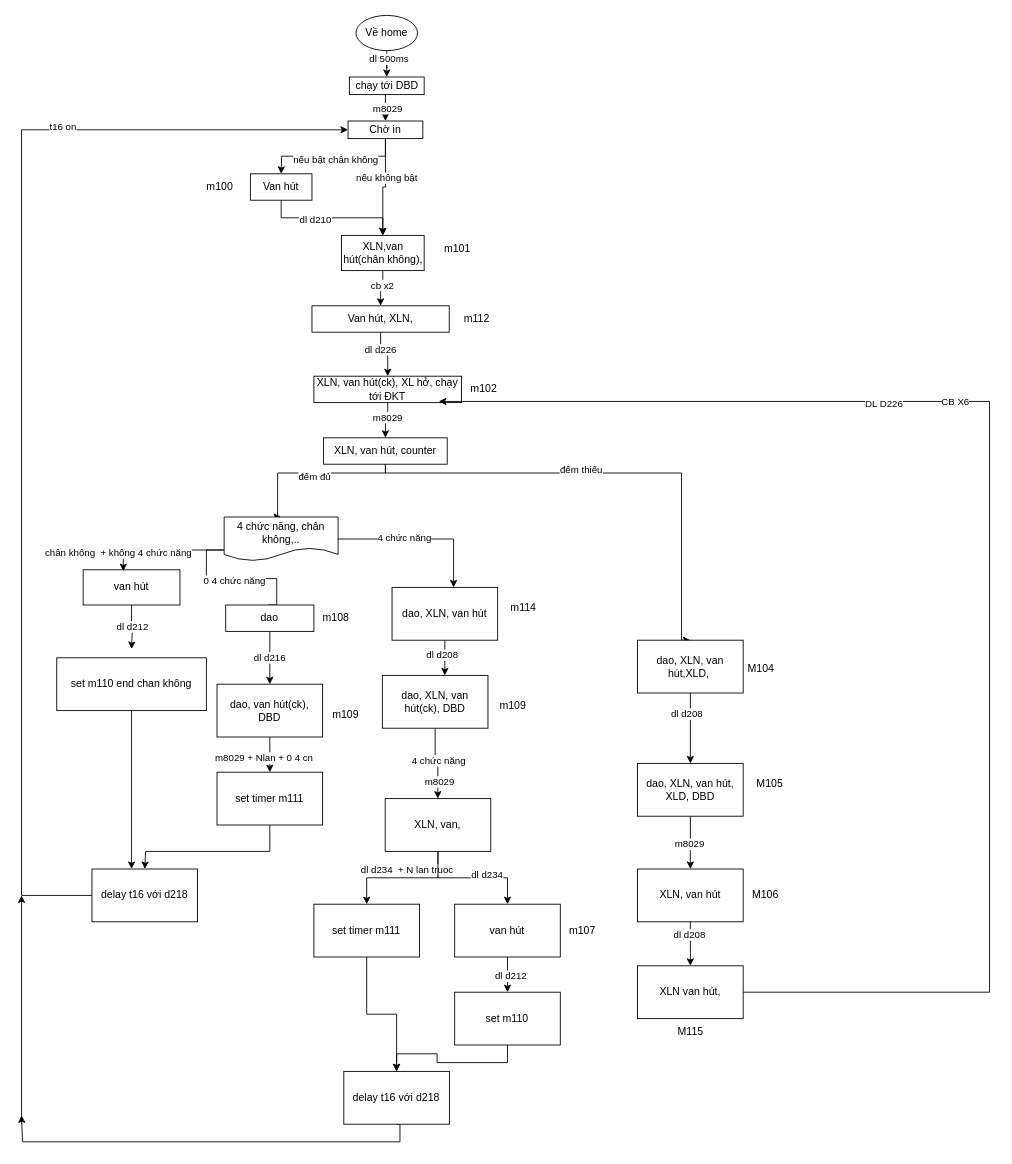
The draw.io diagram trai muc truoc.drawio in robowindgit/a0-quyencun, before the edit. Source tidied: cells renumbered, new cells numbered last; positions are measured from the earlier drawing's top-left corner, leaving out a move shared by most shapes. Both pictures are drawn from the tidied source at 88%, with x=0, y=0 at pixel (21, 15).
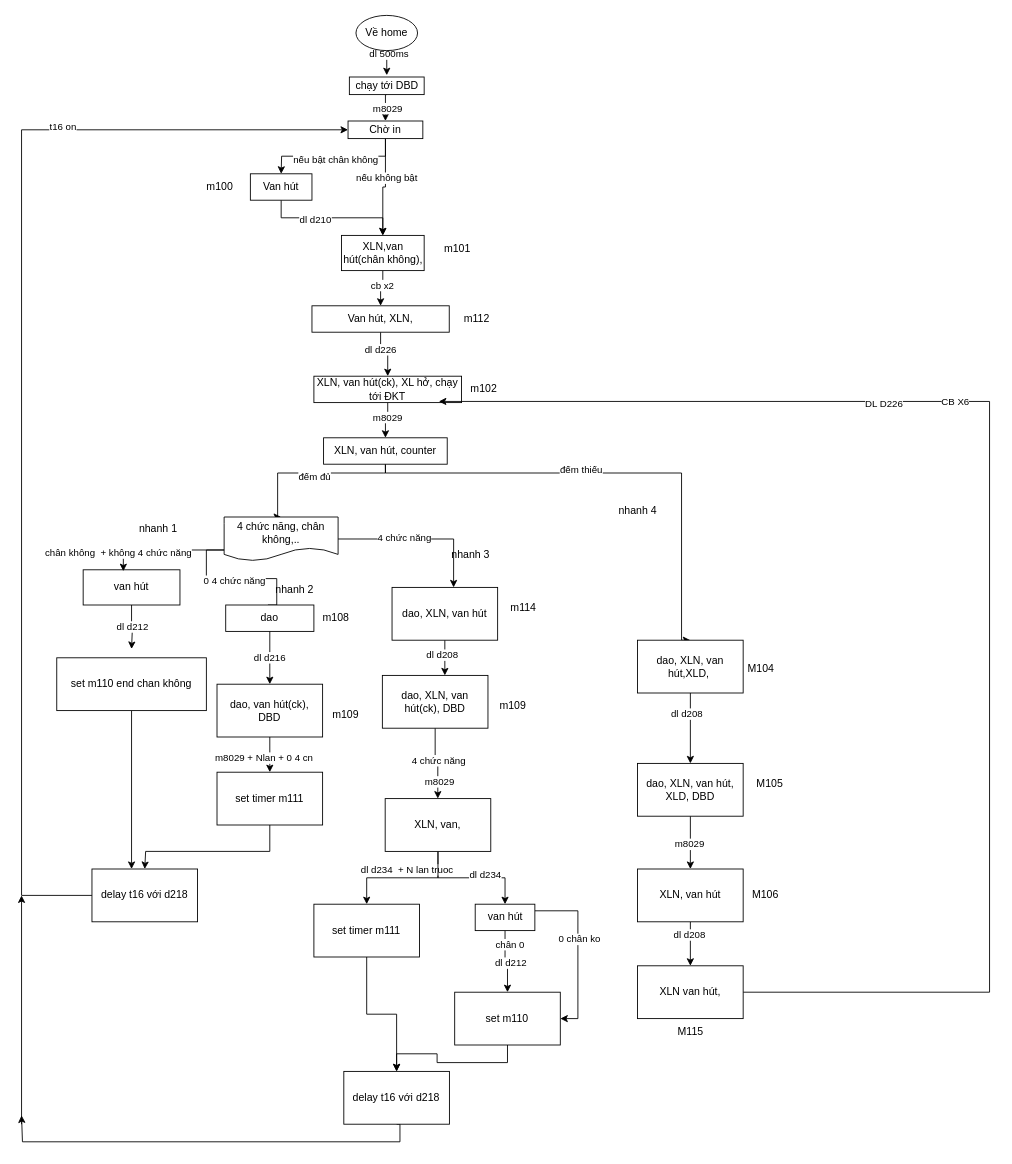
The same page after the edit.

Commit message:
Cập nhật trai muc truoc.drawio

The change refers to these unchanged cells:
```xml
<mxCell id="4" value="Về home" style="ellipse;whiteSpace=wrap;html=1;" parent="1" vertex="1">
  <mxGeometry x="380" width="70" height="40" as="geometry" />
</mxCell>
<mxCell id="7" value="chạy tới DBD" style="rounded=0;whiteSpace=wrap;html=1;" parent="1" vertex="1">
  <mxGeometry x="372.5" y="70" width="85" height="20" as="geometry" />
</mxCell>
<mxCell id="68" style="edgeStyle=orthogonalEdgeStyle;rounded=0;jettySize=auto;html=1;exitX=0.5;exitY=1;exitDx=0;exitDy=0;entryX=0.5;entryY=0;entryDx=0;entryDy=0;" parent="1" edge="1" source="70" target="72">
  <mxGeometry relative="1" as="geometry" />
</mxCell>
<mxCell id="72" value="set m110" style="whiteSpace=wrap;html=1;" parent="1" vertex="1">
  <mxGeometry x="492.2" y="1110" width="120" height="60" as="geometry" />
</mxCell>
```

The edit, as a diff of the source:
```diff
@@
-    <mxCell id="2" style="edgeStyle=orthogonalEdgeStyle;rounded=0;jettySize=auto;html=1;exitX=0.5;exitY=1;exitDx=0;exitDy=0;" parent="1" edge="1" source="4" target="7">
-      <mxGeometry relative="1" as="geometry" />
+    <mxCell id="2" style="edgeStyle=orthogonalEdgeStyle;rounded=0;orthogonalLoop=1;jettySize=auto;html=1;exitX=0.5;exitY=1;exitDx=0;exitDy=0;" parent="1" edge="1">
+      <mxGeometry relative="1" as="geometry">
+        <mxPoint x="415" y="38" as="sourcePoint" />
+        <mxPoint x="415" y="68" as="targetPoint" />
+      </mxGeometry>
     </mxCell>
@@
+    <mxCell id="101" value="chân 0" style="edgeLabel;html=1;align=center;verticalAlign=middle;" parent="68" vertex="1">
+      <mxGeometry x="-0.58" y="5" relative="1" as="geometry" />
+    </mxCell>
+    <mxCell id="102" style="edgeStyle=orthogonalEdgeStyle;rounded=0;jettySize=auto;html=1;exitX=1;exitY=0.25;exitDx=0;exitDy=0;entryX=1;entryY=0.5;entryDx=0;entryDy=0;" parent="1" edge="1" source="70" target="72">
+      <mxGeometry relative="1" as="geometry" />
+    </mxCell>
+    <mxCell id="103" value="0 chân ko" style="edgeLabel;html=1;align=center;verticalAlign=middle;" parent="102" vertex="1">
+      <mxGeometry x="-0.15" y="1" relative="1" as="geometry" />
+    </mxCell>
     <mxCell id="70" value="van hút" style="whiteSpace=wrap;html=1;" parent="1" vertex="1">
-      <mxGeometry x="492.2" y="1010" width="120" height="60" as="geometry" />
+      <mxGeometry x="515.5" y="1010" width="67.8" height="30" as="geometry" />
     </mxCell>
@@
-    <mxCell id="95" value="m107" style="text;html=1;align=center;verticalAlign=middle;strokeColor=none;fillColor=none;" parent="1" vertex="1">
-      <mxGeometry x="612.2" y="1025" width="50" height="30" as="geometry" />
-    </mxCell>
@@
+    <mxCell id="104" value="nhanh 4" style="text;html=1;align=center;verticalAlign=middle;strokeColor=none;fillColor=none;" parent="1" vertex="1">
+      <mxGeometry x="665" y="548" width="70" height="30" as="geometry" />
+    </mxCell>
+    <mxCell id="105" value="nhanh 3" style="text;html=1;align=center;verticalAlign=middle;strokeColor=none;fillColor=none;" parent="1" vertex="1">
+      <mxGeometry x="475" y="598" width="70" height="30" as="geometry" />
+    </mxCell>
+    <mxCell id="106" value="nhanh 2" style="text;html=1;align=center;verticalAlign=middle;strokeColor=none;fillColor=none;" parent="1" vertex="1">
+      <mxGeometry x="275" y="638" width="70" height="30" as="geometry" />
+    </mxCell>
+    <mxCell id="107" value="nhanh 1" style="text;html=1;align=center;verticalAlign=middle;strokeColor=none;fillColor=none;" parent="1" vertex="1">
+      <mxGeometry x="120" y="568" width="70" height="30" as="geometry" />
+    </mxCell>
```
